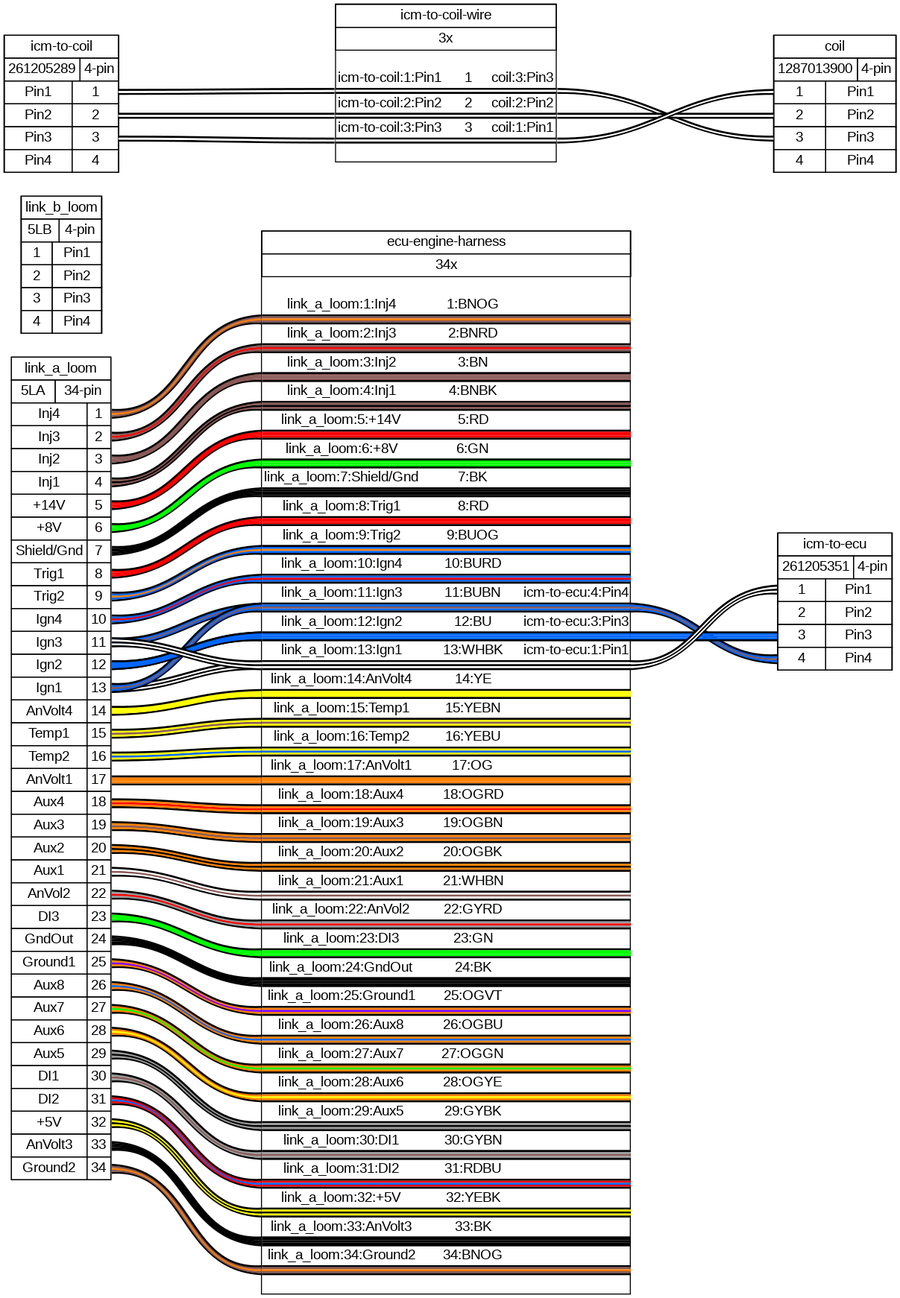
Earlier version of the Graphviz export corrado.png (djhedges/corrado_wiring). Its source is kept beside it as corrado.gv.
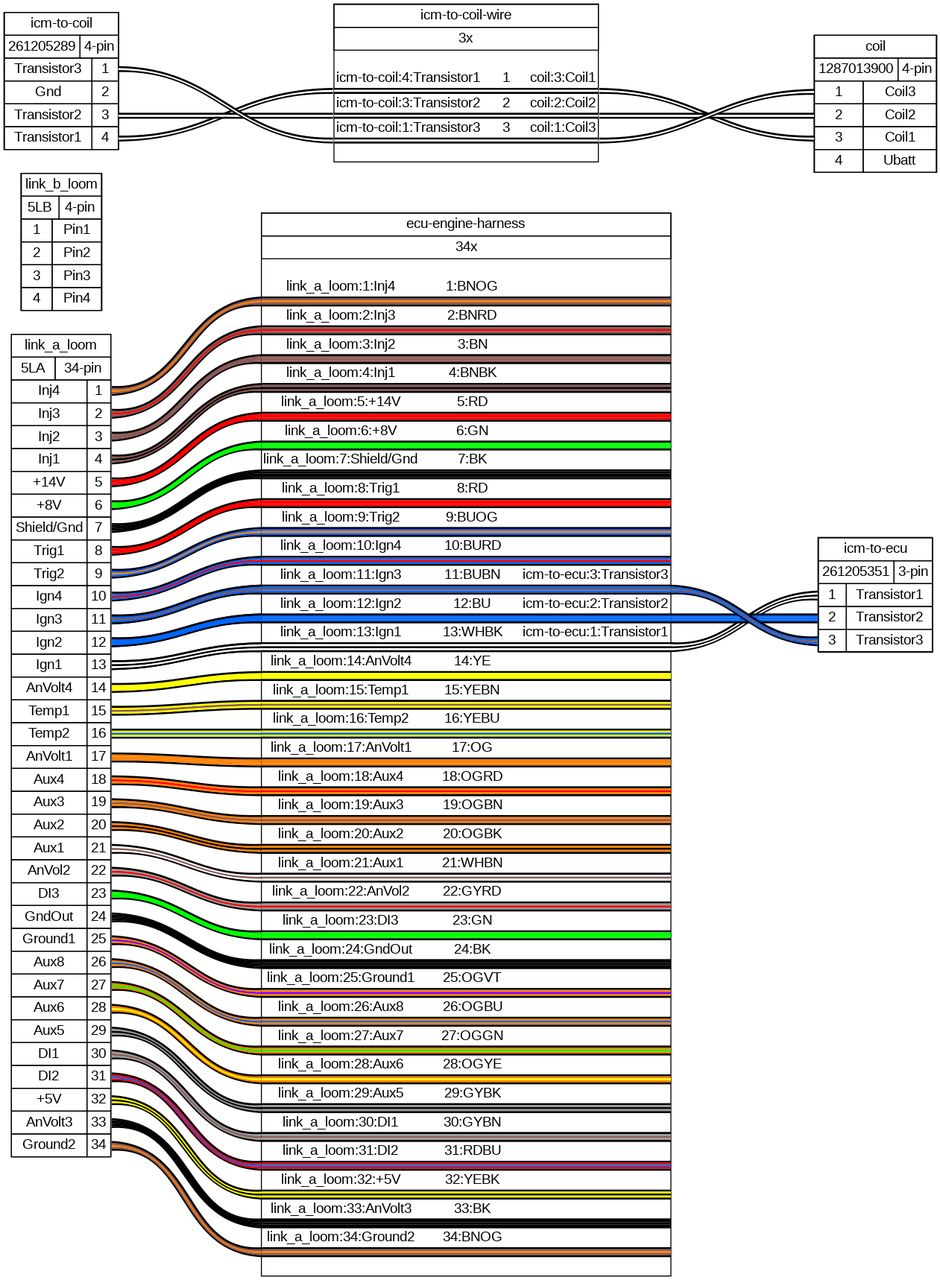
Above is the later version.

Commit message:
Relabel coil pins

Change to the diagram source:
```diff
@@ -202,26 +202,22 @@
  <tr><td>
   <table border="0" cellspacing="0" cellpadding="3" cellborder="1"><tr>
    <td balign="left">261205351</td>
-   <td balign="left">4-pin</td>
+   <td balign="left">3-pin</td>
   </tr></table>
  </td></tr>
  <tr><td>
   <table border="0" cellspacing="0" cellpadding="3" cellborder="1">
    <tr>
     <td port="p1l">1</td>
-    <td>Pin1</td>
+    <td>Transistor1</td>
    </tr>
    <tr>
     <td port="p2l">2</td>
-    <td>Pin2</td>
+    <td>Transistor2</td>
    </tr>
    <tr>
     <td port="p3l">3</td>
-    <td>Pin3</td>
-   </tr>
-   <tr>
-    <td port="p4l">4</td>
-    <td>Pin4</td>
+    <td>Transistor3</td>
    </tr>
   </table>
  </td></tr>
@@ -243,19 +239,19 @@
  <tr><td>
   <table border="0" cellspacing="0" cellpadding="3" cellborder="1">
    <tr>
-    <td>Pin1</td>
+    <td>Transistor3</td>
     <td port="p1r">1</td>
    </tr>
    <tr>
-    <td>Pin2</td>
+    <td>Gnd</td>
     <td port="p2r">2</td>
    </tr>
    <tr>
-    <td>Pin3</td>
+    <td>Transistor2</td>
     <td port="p3r">3</td>
    </tr>
    <tr>
-    <td>Pin4</td>
+    <td>Transistor1</td>
     <td port="p4r">4</td>
    </tr>
   </table>
@@ -279,19 +275,19 @@
   <table border="0" cellspacing="0" cellpadding="3" cellborder="1">
    <tr>
     <td port="p1l">1</td>
-    <td>Pin1</td>
+    <td>Coil3</td>
    </tr>
    <tr>
     <td port="p2l">2</td>
-    <td>Pin2</td>
+    <td>Coil2</td>
    </tr>
    <tr>
     <td port="p3l">3</td>
-    <td>Pin3</td>
+    <td>Coil1</td>
    </tr>
    <tr>
     <td port="p4l">4</td>
-    <td>Pin4</td>
+    <td>Ubatt</td>
    </tr>
   </table>
  </td></tr>
@@ -365,15 +361,15 @@
 	link_a_loom:p33r:e -- "ecu-engine-harness":w33:w
 	edge [color="#000000:#895956:#ff8000:#895956:#000000"]
 	link_a_loom:p34r:e -- "ecu-engine-harness":w34:w
-	edge [color="#000000:#0066ff:#895956:#0066ff:#000000"]
-	link_a_loom:p13r:e -- "ecu-engine-harness":w11:w
-	"ecu-engine-harness":w11:e -- "icm-to-ecu":p4l:w
+	edge [color="#000000:#ffffff:#000000:#ffffff:#000000"]
+	link_a_loom:p13r:e -- "ecu-engine-harness":w13:w
+	"ecu-engine-harness":w13:e -- "icm-to-ecu":p1l:w
 	edge [color="#000000:#0066ff:#0066ff:#0066ff:#000000"]
 	link_a_loom:p12r:e -- "ecu-engine-harness":w12:w
-	"ecu-engine-harness":w12:e -- "icm-to-ecu":p3l:w
-	edge [color="#000000:#ffffff:#000000:#ffffff:#000000"]
-	link_a_loom:p11r:e -- "ecu-engine-harness":w13:w
-	"ecu-engine-harness":w13:e -- "icm-to-ecu":p1l:w
+	"ecu-engine-harness":w12:e -- "icm-to-ecu":p2l:w
+	edge [color="#000000:#0066ff:#895956:#0066ff:#000000"]
+	link_a_loom:p11r:e -- "ecu-engine-harness":w11:w
+	"ecu-engine-harness":w11:e -- "icm-to-ecu":p3l:w
 	"ecu-engine-harness" [label=<
 <table border="0" cellspacing="0" cellpadding="0">
  <tr><td>
@@ -574,7 +570,7 @@
     <td>
      11:BUBN
     </td>
-    <td>icm-to-ecu:4:Pin4</td>
+    <td>icm-to-ecu:3:Transistor3</td>
    </tr>
    <tr>
     <td colspan="3" border="0" cellspacing="0" cellpadding="0" port="w11" height="10">
@@ -592,7 +588,7 @@
     <td>
      12:BU
     </td>
-    <td>icm-to-ecu:3:Pin3</td>
+    <td>icm-to-ecu:2:Transistor2</td>
    </tr>
    <tr>
     <td colspan="3" border="0" cellspacing="0" cellpadding="0" port="w12" height="10">
@@ -610,7 +606,7 @@
     <td>
      13:WHBK
     </td>
-    <td>icm-to-ecu:1:Pin1</td>
+    <td>icm-to-ecu:1:Transistor1</td>
    </tr>
    <tr>
     <td colspan="3" border="0" cellspacing="0" cellpadding="0" port="w13" height="10">
@@ -1007,13 +1003,13 @@
 </table>
 > fillcolor="#FFFFFF" shape=box style=filled]
 	edge [color="#000000:#ffffff:#000000"]
-	"icm-to-coil":p1r:e -- "icm-to-coil-wire":w1:w
+	"icm-to-coil":p4r:e -- "icm-to-coil-wire":w1:w
 	"icm-to-coil-wire":w1:e -- coil:p3l:w
 	edge [color="#000000:#ffffff:#000000"]
-	"icm-to-coil":p2r:e -- "icm-to-coil-wire":w2:w
+	"icm-to-coil":p3r:e -- "icm-to-coil-wire":w2:w
 	"icm-to-coil-wire":w2:e -- coil:p2l:w
 	edge [color="#000000:#ffffff:#000000"]
-	"icm-to-coil":p3r:e -- "icm-to-coil-wire":w3:w
+	"icm-to-coil":p1r:e -- "icm-to-coil-wire":w3:w
 	"icm-to-coil-wire":w3:e -- coil:p1l:w
 	"icm-to-coil-wire" [label=<
 <table border="0" cellspacing="0" cellpadding="0">
@@ -1031,11 +1027,11 @@
   <table border="0" cellspacing="0" cellborder="0">
    <tr><td>&nbsp;</td></tr>
    <tr>
-    <td>icm-to-coil:1:Pin1</td>
+    <td>icm-to-coil:4:Transistor1</td>
     <td>
      1
     </td>
-    <td>coil:3:Pin3</td>
+    <td>coil:3:Coil1</td>
    </tr>
    <tr>
     <td colspan="3" border="0" cellspacing="0" cellpadding="0" port="w1" height="6">
@@ -1047,11 +1043,11 @@
     </td>
    </tr>
    <tr>
-    <td>icm-to-coil:2:Pin2</td>
+    <td>icm-to-coil:3:Transistor2</td>
     <td>
      2
     </td>
-    <td>coil:2:Pin2</td>
+    <td>coil:2:Coil2</td>
    </tr>
    <tr>
     <td colspan="3" border="0" cellspacing="0" cellpadding="0" port="w2" height="6">
@@ -1063,11 +1059,11 @@
     </td>
    </tr>
    <tr>
-    <td>icm-to-coil:3:Pin3</td>
+    <td>icm-to-coil:1:Transistor3</td>
     <td>
      3
     </td>
-    <td>coil:1:Pin1</td>
+    <td>coil:1:Coil3</td>
    </tr>
    <tr>
     <td colspan="3" border="0" cellspacing="0" cellpadding="0" port="w3" height="6">
```
